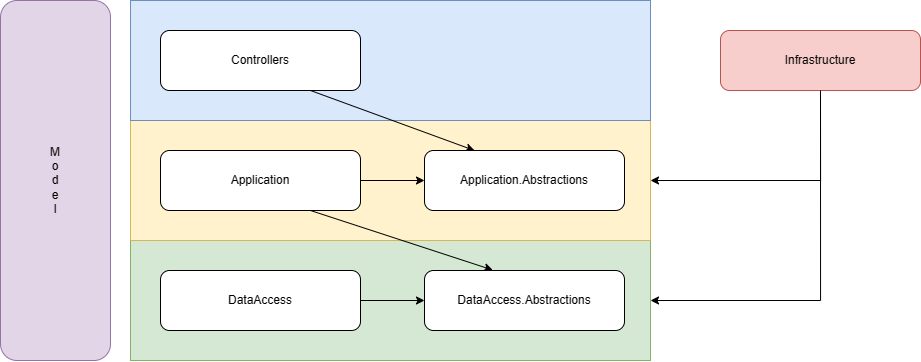
Above: ModuleInternalReferences.png in kriszek/TruckOn (draw.io), before the change. Source tidied: cells renumbered, new cells last; positions are measured from the earlier drawing's top-left corner, leaving out a move shared by most shapes. Its diagram source:
```xml
<mxGraphModel>
  <root>
    <mxCell id="0" />
    <mxCell id="1" parent="0" />
    <mxCell id="2" style="rounded=0;whiteSpace=wrap;html=1;fillColor=#d5e8d4;strokeColor=#82b366;" parent="1" vertex="1">
      <mxGeometry x="130" y="240" width="520" height="120" as="geometry" />
    </mxCell>
    <mxCell id="3" style="rounded=0;whiteSpace=wrap;html=1;fillColor=#fff2cc;strokeColor=#d6b656;" parent="1" vertex="1">
      <mxGeometry x="130" y="120" width="520" height="120" as="geometry" />
    </mxCell>
    <mxCell id="4" style="rounded=0;whiteSpace=wrap;html=1;fillColor=#dae8fc;strokeColor=#6c8ebf;" parent="1" vertex="1">
      <mxGeometry x="130" width="520" height="120" as="geometry" />
    </mxCell>
    <mxCell id="5" style="rounded=0;jettySize=auto;html=1;exitX=0.75;exitY=1;exitDx=0;exitDy=0;entryX=0.25;entryY=0;entryDx=0;entryDy=0;" parent="1" edge="1" source="6" target="7">
      <mxGeometry relative="1" as="geometry" />
    </mxCell>
    <mxCell id="6" value="Controllers" style="rounded=1;whiteSpace=wrap;html=1;" parent="1" vertex="1">
      <mxGeometry x="160" y="30" width="200" height="60" as="geometry" />
    </mxCell>
    <mxCell id="7" value="Application.Abstractions" style="rounded=1;whiteSpace=wrap;html=1;" parent="1" vertex="1">
      <mxGeometry x="424" y="150" width="200" height="60" as="geometry" />
    </mxCell>
    <mxCell id="8" style="edgeStyle=orthogonalEdgeStyle;rounded=0;jettySize=auto;html=1;exitX=0.5;exitY=1;exitDx=0;exitDy=0;entryX=1;entryY=0.5;entryDx=0;entryDy=0;" parent="1" edge="1" source="9" target="3">
      <mxGeometry relative="1" as="geometry" />
    </mxCell>
    <mxCell id="9" value="Infrastructure" style="rounded=1;whiteSpace=wrap;html=1;fillColor=#f8cecc;strokeColor=#b85450;" parent="1" vertex="1">
      <mxGeometry x="720" y="30" width="200" height="60" as="geometry" />
    </mxCell>
    <mxCell id="10" style="rounded=0;jettySize=auto;html=1;exitX=0.75;exitY=1;exitDx=0;exitDy=0;entryX=0.341;entryY=-0.008;entryDx=0;entryDy=0;entryPerimeter=0;" parent="1" edge="1" source="11" target="13">
      <mxGeometry relative="1" as="geometry" />
    </mxCell>
    <mxCell id="11" value="Application" style="rounded=1;whiteSpace=wrap;html=1;" parent="1" vertex="1">
      <mxGeometry x="160" y="150" width="200" height="60" as="geometry" />
    </mxCell>
    <mxCell id="12" value="DataAccess" style="rounded=1;whiteSpace=wrap;html=1;" parent="1" vertex="1">
      <mxGeometry x="160" y="270" width="200" height="60" as="geometry" />
    </mxCell>
    <mxCell id="13" value="DataAccess.Abstractions" style="rounded=1;whiteSpace=wrap;html=1;" parent="1" vertex="1">
      <mxGeometry x="424" y="270" width="200" height="60" as="geometry" />
    </mxCell>
    <mxCell id="14" style="endArrow=classic;html=1;rounded=0;entryX=0;entryY=0.5;entryDx=0;entryDy=0;exitX=1;exitY=0.5;exitDx=0;exitDy=0;" parent="1" edge="1" source="11" target="7">
      <mxGeometry relative="1" as="geometry" />
    </mxCell>
    <mxCell id="15" style="endArrow=classic;html=1;rounded=0;exitX=1;exitY=0.5;exitDx=0;exitDy=0;entryX=0;entryY=0.5;entryDx=0;entryDy=0;" parent="1" edge="1" source="12" target="13">
      <mxGeometry relative="1" as="geometry" />
    </mxCell>
    <mxCell id="16" style="edgeStyle=orthogonalEdgeStyle;rounded=0;jettySize=auto;html=1;exitX=0.5;exitY=1;exitDx=0;exitDy=0;entryX=1;entryY=0.5;entryDx=0;entryDy=0;" parent="1" edge="1" source="9" target="2">
      <mxGeometry relative="1" as="geometry" />
    </mxCell>
    <mxCell id="17" value="M&lt;br&gt;o&lt;br&gt;d&lt;br&gt;e&lt;br&gt;l" style="rounded=1;whiteSpace=wrap;html=1;fillColor=#e1d5e7;strokeColor=#9673a6;" parent="1" vertex="1">
      <mxGeometry width="110" height="360" as="geometry" />
    </mxCell>
  </root>
</mxGraphModel>
```
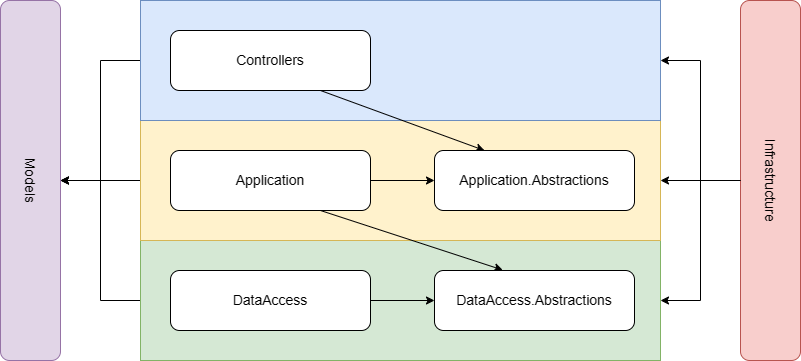
The same diagram one commit later.

What changed in the source:
```diff
@@ -2,40 +2,49 @@
   <root>
     <mxCell id="0" />
     <mxCell id="1" parent="0" />
+    <mxCell id="18" style="edgeStyle=orthogonalEdgeStyle;rounded=0;jettySize=auto;html=1;exitX=0;exitY=0.5;exitDx=0;exitDy=0;entryX=0.5;entryY=0;entryDx=0;entryDy=0;" parent="1" edge="1" source="2" target="22">
+      <mxGeometry relative="1" as="geometry" />
+    </mxCell>
     <mxCell id="2" style="rounded=0;whiteSpace=wrap;html=1;fillColor=#d5e8d4;strokeColor=#82b366;" parent="1" vertex="1">
       <mxGeometry x="130" y="240" width="520" height="120" as="geometry" />
     </mxCell>
+    <mxCell id="19" style="edgeStyle=orthogonalEdgeStyle;rounded=0;jettySize=auto;html=1;exitX=0;exitY=0.5;exitDx=0;exitDy=0;entryX=0.5;entryY=0;entryDx=0;entryDy=0;" parent="1" edge="1" source="3" target="22">
+      <mxGeometry relative="1" as="geometry" />
+    </mxCell>
     <mxCell id="3" style="rounded=0;whiteSpace=wrap;html=1;fillColor=#fff2cc;strokeColor=#d6b656;" parent="1" vertex="1">
       <mxGeometry x="130" y="120" width="520" height="120" as="geometry" />
     </mxCell>
+    <mxCell id="20" style="edgeStyle=orthogonalEdgeStyle;rounded=0;jettySize=auto;html=1;exitX=0;exitY=0.5;exitDx=0;exitDy=0;entryX=0.5;entryY=0;entryDx=0;entryDy=0;" parent="1" edge="1" source="4" target="22">
+      <mxGeometry relative="1" as="geometry" />
+    </mxCell>
     <mxCell id="4" style="rounded=0;whiteSpace=wrap;html=1;fillColor=#dae8fc;strokeColor=#6c8ebf;" parent="1" vertex="1">
       <mxGeometry x="130" width="520" height="120" as="geometry" />
     </mxCell>
     <mxCell id="5" style="rounded=0;jettySize=auto;html=1;exitX=0.75;exitY=1;exitDx=0;exitDy=0;entryX=0.25;entryY=0;entryDx=0;entryDy=0;" parent="1" edge="1" source="6" target="7">
       <mxGeometry relative="1" as="geometry" />
     </mxCell>
-    <mxCell id="6" value="Controllers" style="rounded=1;whiteSpace=wrap;html=1;" parent="1" vertex="1">
+    <mxCell id="6" value="Controllers" style="rounded=1;whiteSpace=wrap;html=1;fontSize=14;" parent="1" vertex="1">
       <mxGeometry x="160" y="30" width="200" height="60" as="geometry" />
     </mxCell>
-    <mxCell id="7" value="Application.Abstractions" style="rounded=1;whiteSpace=wrap;html=1;" parent="1" vertex="1">
+    <mxCell id="7" value="Application.Abstractions" style="rounded=1;whiteSpace=wrap;html=1;fontSize=14;" parent="1" vertex="1">
       <mxGeometry x="424" y="150" width="200" height="60" as="geometry" />
     </mxCell>
     <mxCell id="8" style="edgeStyle=orthogonalEdgeStyle;rounded=0;jettySize=auto;html=1;exitX=0.5;exitY=1;exitDx=0;exitDy=0;entryX=1;entryY=0.5;entryDx=0;entryDy=0;" parent="1" edge="1" source="9" target="3">
       <mxGeometry relative="1" as="geometry" />
     </mxCell>
-    <mxCell id="9" value="Infrastructure" style="rounded=1;whiteSpace=wrap;html=1;fillColor=#f8cecc;strokeColor=#b85450;" parent="1" vertex="1">
-      <mxGeometry x="720" y="30" width="200" height="60" as="geometry" />
+    <mxCell id="9" value="Infrastructure" style="rounded=1;whiteSpace=wrap;html=1;fillColor=#f8cecc;strokeColor=#b85450;direction=east;rotation=90;fontSize=14;horizontal=1;" parent="1" vertex="1">
+      <mxGeometry x="580" y="150" width="360" height="60" as="geometry" />
     </mxCell>
     <mxCell id="10" style="rounded=0;jettySize=auto;html=1;exitX=0.75;exitY=1;exitDx=0;exitDy=0;entryX=0.341;entryY=-0.008;entryDx=0;entryDy=0;entryPerimeter=0;" parent="1" edge="1" source="11" target="13">
       <mxGeometry relative="1" as="geometry" />
     </mxCell>
-    <mxCell id="11" value="Application" style="rounded=1;whiteSpace=wrap;html=1;" parent="1" vertex="1">
+    <mxCell id="11" value="Application" style="rounded=1;whiteSpace=wrap;html=1;fontSize=14;" parent="1" vertex="1">
       <mxGeometry x="160" y="150" width="200" height="60" as="geometry" />
     </mxCell>
-    <mxCell id="12" value="DataAccess" style="rounded=1;whiteSpace=wrap;html=1;" parent="1" vertex="1">
+    <mxCell id="12" value="DataAccess" style="rounded=1;whiteSpace=wrap;html=1;fontSize=14;" parent="1" vertex="1">
       <mxGeometry x="160" y="270" width="200" height="60" as="geometry" />
     </mxCell>
-    <mxCell id="13" value="DataAccess.Abstractions" style="rounded=1;whiteSpace=wrap;html=1;" parent="1" vertex="1">
+    <mxCell id="13" value="DataAccess.Abstractions" style="rounded=1;whiteSpace=wrap;html=1;fontSize=14;" parent="1" vertex="1">
       <mxGeometry x="424" y="270" width="200" height="60" as="geometry" />
     </mxCell>
     <mxCell id="14" style="endArrow=classic;html=1;rounded=0;entryX=0;entryY=0.5;entryDx=0;entryDy=0;exitX=1;exitY=0.5;exitDx=0;exitDy=0;" parent="1" edge="1" source="11" target="7">
@@ -47,8 +56,11 @@
     <mxCell id="16" style="edgeStyle=orthogonalEdgeStyle;rounded=0;jettySize=auto;html=1;exitX=0.5;exitY=1;exitDx=0;exitDy=0;entryX=1;entryY=0.5;entryDx=0;entryDy=0;" parent="1" edge="1" source="9" target="2">
       <mxGeometry relative="1" as="geometry" />
     </mxCell>
-    <mxCell id="17" value="M&lt;br&gt;o&lt;br&gt;d&lt;br&gt;e&lt;br&gt;l" style="rounded=1;whiteSpace=wrap;html=1;fillColor=#e1d5e7;strokeColor=#9673a6;" parent="1" vertex="1">
-      <mxGeometry width="110" height="360" as="geometry" />
-    </mxCell>
+    <mxCell id="21" style="edgeStyle=orthogonalEdgeStyle;rounded=0;jettySize=auto;html=1;exitX=0.5;exitY=1;exitDx=0;exitDy=0;entryX=1;entryY=0.5;entryDx=0;entryDy=0;" parent="1" edge="1" source="9" target="4">
+      <mxGeometry relative="1" as="geometry" />
+    </mxCell>
+    <mxCell id="22" value="Models" style="rounded=1;whiteSpace=wrap;html=1;fillColor=#e1d5e7;strokeColor=#9673a6;direction=east;rotation=90;fontSize=14;horizontal=1;" parent="1" vertex="1">
+      <mxGeometry x="-160" y="150" width="360" height="60" as="geometry" />
+    </mxCell>
   </root>
 </mxGraphModel>
```
